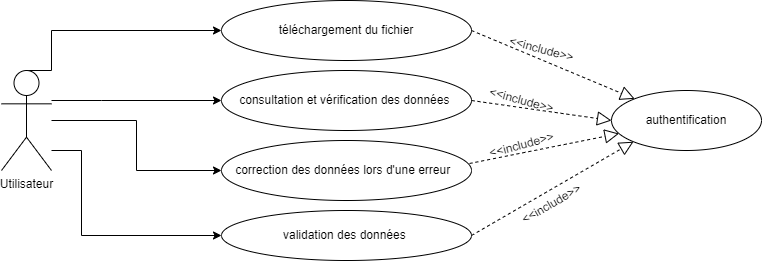
Yasminuu/PFE keeps this draw.io diagram as usecase.drawio.png. Above is the earlier version. Source tidied: cells renumbered, new cells last; positions are measured from the earlier drawing's top-left corner, leaving out a move shared by most shapes. Source of this version:
```xml
<mxGraphModel>
  <root>
    <mxCell id="0" />
    <mxCell id="1" parent="0" />
    <mxCell id="2" style="edgeStyle=orthogonalEdgeStyle;rounded=0;jettySize=auto;html=1;entryX=0;entryY=0.5;entryDx=0;entryDy=0;exitX=0.5;exitY=0;exitDx=0;exitDy=0;exitPerimeter=0;" parent="1" edge="1" source="6" target="7">
      <mxGeometry relative="1" as="geometry">
        <Array as="points">
          <mxPoint x="50" y="70" />
          <mxPoint x="50" y="30" />
        </Array>
      </mxGeometry>
    </mxCell>
    <mxCell id="3" style="edgeStyle=orthogonalEdgeStyle;rounded=0;jettySize=auto;html=1;entryX=0;entryY=0.5;entryDx=0;entryDy=0;" parent="1" edge="1" source="6" target="8">
      <mxGeometry relative="1" as="geometry">
        <Array as="points">
          <mxPoint x="100" y="100" />
          <mxPoint x="100" y="100" />
        </Array>
      </mxGeometry>
    </mxCell>
    <mxCell id="4" style="edgeStyle=orthogonalEdgeStyle;rounded=0;jettySize=auto;html=1;entryX=0;entryY=0.5;entryDx=0;entryDy=0;" parent="1" edge="1" source="6" target="9">
      <mxGeometry relative="1" as="geometry" />
    </mxCell>
    <mxCell id="5" style="edgeStyle=orthogonalEdgeStyle;rounded=0;jettySize=auto;html=1;entryX=0;entryY=0.5;entryDx=0;entryDy=0;" parent="1" edge="1" source="6" target="10">
      <mxGeometry relative="1" as="geometry">
        <Array as="points">
          <mxPoint x="80" y="150" />
          <mxPoint x="80" y="235" />
        </Array>
      </mxGeometry>
    </mxCell>
    <mxCell id="6" value="Utilisateur" style="shape=umlActor;verticalLabelPosition=bottom;verticalAlign=top;html=1;outlineConnect=0;" parent="1" vertex="1">
      <mxGeometry y="70" width="50" height="100" as="geometry" />
    </mxCell>
    <mxCell id="7" value="téléchargement du fichier" style="ellipse;whiteSpace=wrap;html=1;" parent="1" vertex="1">
      <mxGeometry x="220" width="250" height="60" as="geometry" />
    </mxCell>
    <mxCell id="8" value="consultation et vérification des données&amp;nbsp;" style="ellipse;whiteSpace=wrap;html=1;" parent="1" vertex="1">
      <mxGeometry x="220" y="70" width="250" height="60" as="geometry" />
    </mxCell>
    <mxCell id="9" value="correction des données lors d'une erreur&amp;nbsp;&amp;nbsp;" style="ellipse;whiteSpace=wrap;html=1;" parent="1" vertex="1">
      <mxGeometry x="220" y="140" width="250" height="60" as="geometry" />
    </mxCell>
    <mxCell id="10" value="validation des données&amp;nbsp;" style="ellipse;whiteSpace=wrap;html=1;" parent="1" vertex="1">
      <mxGeometry x="220" y="210" width="250" height="50" as="geometry" />
    </mxCell>
    <mxCell id="11" value="authentification" style="ellipse;whiteSpace=wrap;html=1;" parent="1" vertex="1">
      <mxGeometry x="610" y="90" width="150" height="60" as="geometry" />
    </mxCell>
    <mxCell id="12" style="endArrow=block;dashed=1;endFill=0;endSize=12;html=1;rounded=0;exitX=1;exitY=0.5;exitDx=0;exitDy=0;" parent="1" edge="1" source="7" target="11">
      <mxGeometry relative="1" as="geometry" />
    </mxCell>
    <mxCell id="13" style="endArrow=block;dashed=1;endFill=0;endSize=12;html=1;rounded=0;exitX=1;exitY=0.5;exitDx=0;exitDy=0;entryX=0;entryY=0.5;entryDx=0;entryDy=0;" parent="1" edge="1" source="8" target="11">
      <mxGeometry relative="1" as="geometry" />
    </mxCell>
    <mxCell id="14" style="endArrow=block;dashed=1;endFill=0;endSize=12;html=1;rounded=0;exitX=0.992;exitY=0.383;exitDx=0;exitDy=0;exitPerimeter=0;" parent="1" edge="1" source="9" target="11">
      <mxGeometry relative="1" as="geometry" />
    </mxCell>
    <mxCell id="15" style="endArrow=block;dashed=1;endFill=0;endSize=12;html=1;rounded=0;exitX=1;exitY=0.5;exitDx=0;exitDy=0;entryX=0;entryY=1;entryDx=0;entryDy=0;" parent="1" edge="1" source="10" target="11">
      <mxGeometry relative="1" as="geometry" />
    </mxCell>
    <mxCell id="16" value="&amp;lt;&amp;lt;include&amp;gt;&amp;gt;" style="text;html=1;align=center;verticalAlign=middle;strokeColor=none;fillColor=none;rotation=-30;" parent="1" vertex="1">
      <mxGeometry x="510" y="194" width="80" height="20" as="geometry" />
    </mxCell>
    <mxCell id="17" value="&amp;lt;&amp;lt;include&amp;gt;&amp;gt;" style="text;html=1;align=center;verticalAlign=middle;strokeColor=none;fillColor=none;rotation=-15;" parent="1" vertex="1">
      <mxGeometry x="480" y="135" width="80" height="20" as="geometry" />
    </mxCell>
    <mxCell id="18" value="&amp;lt;&amp;lt;include&amp;gt;&amp;gt;" style="text;html=1;align=center;verticalAlign=middle;strokeColor=none;fillColor=none;rotation=15;" parent="1" vertex="1">
      <mxGeometry x="500" y="39" width="80" height="20" as="geometry" />
    </mxCell>
    <mxCell id="19" value="&amp;lt;&amp;lt;include&amp;gt;&amp;gt;" style="text;html=1;align=center;verticalAlign=middle;strokeColor=none;fillColor=none;rotation=15;" parent="1" vertex="1">
      <mxGeometry x="480" y="90" width="80" height="20" as="geometry" />
    </mxCell>
  </root>
</mxGraphModel>
```
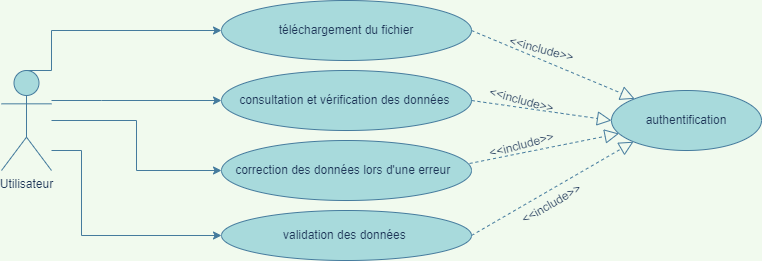
Later version of the same file.

What changed in the source:
```diff
@@ -1,8 +1,8 @@
-<mxGraphModel>
+<mxGraphModel background="#F1FAEE">
   <root>
     <mxCell id="0" />
     <mxCell id="1" parent="0" />
-    <mxCell id="2" style="edgeStyle=orthogonalEdgeStyle;rounded=0;jettySize=auto;html=1;entryX=0;entryY=0.5;entryDx=0;entryDy=0;exitX=0.5;exitY=0;exitDx=0;exitDy=0;exitPerimeter=0;" parent="1" edge="1" source="6" target="7">
+    <mxCell id="2" style="edgeStyle=orthogonalEdgeStyle;rounded=0;jettySize=auto;html=1;entryX=0;entryY=0.5;entryDx=0;entryDy=0;exitX=0.5;exitY=0;exitDx=0;exitDy=0;exitPerimeter=0;labelBackgroundColor=#F1FAEE;strokeColor=#457B9D;fontColor=#1D3557;" parent="1" edge="1" source="6" target="7">
       <mxGeometry relative="1" as="geometry">
         <Array as="points">
           <mxPoint x="50" y="70" />
@@ -10,7 +10,7 @@
         </Array>
       </mxGeometry>
     </mxCell>
-    <mxCell id="3" style="edgeStyle=orthogonalEdgeStyle;rounded=0;jettySize=auto;html=1;entryX=0;entryY=0.5;entryDx=0;entryDy=0;" parent="1" edge="1" source="6" target="8">
+    <mxCell id="3" style="edgeStyle=orthogonalEdgeStyle;rounded=0;jettySize=auto;html=1;entryX=0;entryY=0.5;entryDx=0;entryDy=0;labelBackgroundColor=#F1FAEE;strokeColor=#457B9D;fontColor=#1D3557;" parent="1" edge="1" source="6" target="8">
       <mxGeometry relative="1" as="geometry">
         <Array as="points">
           <mxPoint x="100" y="100" />
@@ -18,10 +18,10 @@
         </Array>
       </mxGeometry>
     </mxCell>
-    <mxCell id="4" style="edgeStyle=orthogonalEdgeStyle;rounded=0;jettySize=auto;html=1;entryX=0;entryY=0.5;entryDx=0;entryDy=0;" parent="1" edge="1" source="6" target="9">
+    <mxCell id="4" style="edgeStyle=orthogonalEdgeStyle;rounded=0;jettySize=auto;html=1;entryX=0;entryY=0.5;entryDx=0;entryDy=0;labelBackgroundColor=#F1FAEE;strokeColor=#457B9D;fontColor=#1D3557;" parent="1" edge="1" source="6" target="9">
       <mxGeometry relative="1" as="geometry" />
     </mxCell>
-    <mxCell id="5" style="edgeStyle=orthogonalEdgeStyle;rounded=0;jettySize=auto;html=1;entryX=0;entryY=0.5;entryDx=0;entryDy=0;" parent="1" edge="1" source="6" target="10">
+    <mxCell id="5" style="edgeStyle=orthogonalEdgeStyle;rounded=0;jettySize=auto;html=1;entryX=0;entryY=0.5;entryDx=0;entryDy=0;labelBackgroundColor=#F1FAEE;strokeColor=#457B9D;fontColor=#1D3557;" parent="1" edge="1" source="6" target="10">
       <mxGeometry relative="1" as="geometry">
         <Array as="points">
           <mxPoint x="80" y="150" />
@@ -29,46 +29,46 @@
         </Array>
       </mxGeometry>
     </mxCell>
-    <mxCell id="6" value="Utilisateur" style="shape=umlActor;verticalLabelPosition=bottom;verticalAlign=top;html=1;outlineConnect=0;" parent="1" vertex="1">
+    <mxCell id="6" value="Utilisateur" style="shape=umlActor;verticalLabelPosition=bottom;verticalAlign=top;html=1;outlineConnect=0;fillColor=#A8DADC;strokeColor=#457B9D;fontColor=#1D3557;" parent="1" vertex="1">
       <mxGeometry y="70" width="50" height="100" as="geometry" />
     </mxCell>
-    <mxCell id="7" value="téléchargement du fichier" style="ellipse;whiteSpace=wrap;html=1;" parent="1" vertex="1">
+    <mxCell id="7" value="téléchargement du fichier" style="ellipse;whiteSpace=wrap;html=1;fillColor=#A8DADC;strokeColor=#457B9D;fontColor=#1D3557;" parent="1" vertex="1">
       <mxGeometry x="220" width="250" height="60" as="geometry" />
     </mxCell>
-    <mxCell id="8" value="consultation et vérification des données&amp;nbsp;" style="ellipse;whiteSpace=wrap;html=1;" parent="1" vertex="1">
+    <mxCell id="8" value="consultation et vérification des données&amp;nbsp;" style="ellipse;whiteSpace=wrap;html=1;fillColor=#A8DADC;strokeColor=#457B9D;fontColor=#1D3557;" parent="1" vertex="1">
       <mxGeometry x="220" y="70" width="250" height="60" as="geometry" />
     </mxCell>
-    <mxCell id="9" value="correction des données lors d'une erreur&amp;nbsp;&amp;nbsp;" style="ellipse;whiteSpace=wrap;html=1;" parent="1" vertex="1">
+    <mxCell id="9" value="correction des données lors d'une erreur&amp;nbsp;&amp;nbsp;" style="ellipse;whiteSpace=wrap;html=1;fillColor=#A8DADC;strokeColor=#457B9D;fontColor=#1D3557;" parent="1" vertex="1">
       <mxGeometry x="220" y="140" width="250" height="60" as="geometry" />
     </mxCell>
-    <mxCell id="10" value="validation des données&amp;nbsp;" style="ellipse;whiteSpace=wrap;html=1;" parent="1" vertex="1">
+    <mxCell id="10" value="validation des données&amp;nbsp;" style="ellipse;whiteSpace=wrap;html=1;fillColor=#A8DADC;strokeColor=#457B9D;fontColor=#1D3557;" parent="1" vertex="1">
       <mxGeometry x="220" y="210" width="250" height="50" as="geometry" />
     </mxCell>
-    <mxCell id="11" value="authentification" style="ellipse;whiteSpace=wrap;html=1;" parent="1" vertex="1">
+    <mxCell id="11" value="authentification" style="ellipse;whiteSpace=wrap;html=1;fillColor=#A8DADC;strokeColor=#457B9D;fontColor=#1D3557;" parent="1" vertex="1">
       <mxGeometry x="610" y="90" width="150" height="60" as="geometry" />
     </mxCell>
-    <mxCell id="12" style="endArrow=block;dashed=1;endFill=0;endSize=12;html=1;rounded=0;exitX=1;exitY=0.5;exitDx=0;exitDy=0;" parent="1" edge="1" source="7" target="11">
+    <mxCell id="12" style="endArrow=block;dashed=1;endFill=0;endSize=12;html=1;rounded=0;exitX=1;exitY=0.5;exitDx=0;exitDy=0;labelBackgroundColor=#F1FAEE;strokeColor=#457B9D;fontColor=#1D3557;" parent="1" edge="1" source="7" target="11">
       <mxGeometry relative="1" as="geometry" />
     </mxCell>
-    <mxCell id="13" style="endArrow=block;dashed=1;endFill=0;endSize=12;html=1;rounded=0;exitX=1;exitY=0.5;exitDx=0;exitDy=0;entryX=0;entryY=0.5;entryDx=0;entryDy=0;" parent="1" edge="1" source="8" target="11">
+    <mxCell id="13" style="endArrow=block;dashed=1;endFill=0;endSize=12;html=1;rounded=0;exitX=1;exitY=0.5;exitDx=0;exitDy=0;entryX=0;entryY=0.5;entryDx=0;entryDy=0;labelBackgroundColor=#F1FAEE;strokeColor=#457B9D;fontColor=#1D3557;" parent="1" edge="1" source="8" target="11">
       <mxGeometry relative="1" as="geometry" />
     </mxCell>
-    <mxCell id="14" style="endArrow=block;dashed=1;endFill=0;endSize=12;html=1;rounded=0;exitX=0.992;exitY=0.383;exitDx=0;exitDy=0;exitPerimeter=0;" parent="1" edge="1" source="9" target="11">
+    <mxCell id="14" style="endArrow=block;dashed=1;endFill=0;endSize=12;html=1;rounded=0;exitX=0.992;exitY=0.383;exitDx=0;exitDy=0;exitPerimeter=0;labelBackgroundColor=#F1FAEE;strokeColor=#457B9D;fontColor=#1D3557;" parent="1" edge="1" source="9" target="11">
       <mxGeometry relative="1" as="geometry" />
     </mxCell>
-    <mxCell id="15" style="endArrow=block;dashed=1;endFill=0;endSize=12;html=1;rounded=0;exitX=1;exitY=0.5;exitDx=0;exitDy=0;entryX=0;entryY=1;entryDx=0;entryDy=0;" parent="1" edge="1" source="10" target="11">
+    <mxCell id="15" style="endArrow=block;dashed=1;endFill=0;endSize=12;html=1;rounded=0;exitX=1;exitY=0.5;exitDx=0;exitDy=0;entryX=0;entryY=1;entryDx=0;entryDy=0;labelBackgroundColor=#F1FAEE;strokeColor=#457B9D;fontColor=#1D3557;" parent="1" edge="1" source="10" target="11">
       <mxGeometry relative="1" as="geometry" />
     </mxCell>
-    <mxCell id="16" value="&amp;lt;&amp;lt;include&amp;gt;&amp;gt;" style="text;html=1;align=center;verticalAlign=middle;strokeColor=none;fillColor=none;rotation=-30;" parent="1" vertex="1">
+    <mxCell id="16" value="&amp;lt;&amp;lt;include&amp;gt;&amp;gt;" style="text;html=1;align=center;verticalAlign=middle;strokeColor=none;fillColor=none;rotation=-30;fontColor=#1D3557;" parent="1" vertex="1">
       <mxGeometry x="510" y="194" width="80" height="20" as="geometry" />
     </mxCell>
-    <mxCell id="17" value="&amp;lt;&amp;lt;include&amp;gt;&amp;gt;" style="text;html=1;align=center;verticalAlign=middle;strokeColor=none;fillColor=none;rotation=-15;" parent="1" vertex="1">
+    <mxCell id="17" value="&amp;lt;&amp;lt;include&amp;gt;&amp;gt;" style="text;html=1;align=center;verticalAlign=middle;strokeColor=none;fillColor=none;rotation=-15;fontColor=#1D3557;" parent="1" vertex="1">
       <mxGeometry x="480" y="135" width="80" height="20" as="geometry" />
     </mxCell>
-    <mxCell id="18" value="&amp;lt;&amp;lt;include&amp;gt;&amp;gt;" style="text;html=1;align=center;verticalAlign=middle;strokeColor=none;fillColor=none;rotation=15;" parent="1" vertex="1">
+    <mxCell id="18" value="&amp;lt;&amp;lt;include&amp;gt;&amp;gt;" style="text;html=1;align=center;verticalAlign=middle;strokeColor=none;fillColor=none;rotation=15;fontColor=#1D3557;" parent="1" vertex="1">
       <mxGeometry x="500" y="39" width="80" height="20" as="geometry" />
     </mxCell>
-    <mxCell id="19" value="&amp;lt;&amp;lt;include&amp;gt;&amp;gt;" style="text;html=1;align=center;verticalAlign=middle;strokeColor=none;fillColor=none;rotation=15;" parent="1" vertex="1">
+    <mxCell id="19" value="&amp;lt;&amp;lt;include&amp;gt;&amp;gt;" style="text;html=1;align=center;verticalAlign=middle;strokeColor=none;fillColor=none;rotation=15;fontColor=#1D3557;" parent="1" vertex="1">
       <mxGeometry x="480" y="90" width="80" height="20" as="geometry" />
     </mxCell>
   </root>
```
